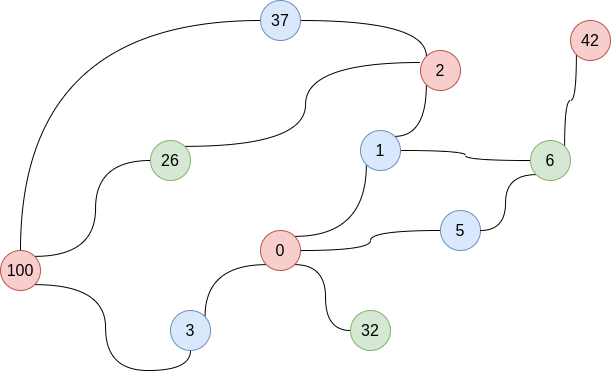
Before: Graph Coloring/data2.png, a diagram exported from draw.io (csgn/Algo). Source tidied: cells renumbered, new cells last; positions are measured from the earlier drawing's top-left corner, leaving out a move shared by most shapes. Its diagram source:
```xml
<mxGraphModel>
  <root>
    <mxCell id="0" />
    <mxCell id="1" parent="0" />
    <mxCell id="2" style="edgeStyle=orthogonalEdgeStyle;curved=1;jettySize=auto;html=1;exitX=0;exitY=1;exitDx=0;exitDy=0;entryX=1;entryY=0;entryDx=0;entryDy=0;endArrow=none;endFill=0;" parent="1" edge="1" source="6" target="11">
      <mxGeometry relative="1" as="geometry" />
    </mxCell>
    <mxCell id="3" style="edgeStyle=orthogonalEdgeStyle;curved=1;jettySize=auto;html=1;exitX=1;exitY=0;exitDx=0;exitDy=0;entryX=0;entryY=1;entryDx=0;entryDy=0;endArrow=none;endFill=0;" parent="1" edge="1" source="6" target="9">
      <mxGeometry relative="1" as="geometry" />
    </mxCell>
    <mxCell id="4" style="edgeStyle=orthogonalEdgeStyle;curved=1;jettySize=auto;html=1;exitX=1;exitY=1;exitDx=0;exitDy=0;entryX=0;entryY=0.5;entryDx=0;entryDy=0;endArrow=none;endFill=0;" parent="1" edge="1" source="6" target="18">
      <mxGeometry relative="1" as="geometry" />
    </mxCell>
    <mxCell id="5" style="edgeStyle=orthogonalEdgeStyle;curved=1;jettySize=auto;html=1;exitX=1;exitY=0.5;exitDx=0;exitDy=0;entryX=0;entryY=0.5;entryDx=0;entryDy=0;endArrow=none;endFill=0;" parent="1" edge="1" source="6" target="12">
      <mxGeometry relative="1" as="geometry" />
    </mxCell>
    <mxCell id="6" value="&lt;font style=&quot;font-size: 16px&quot;&gt;0&lt;/font&gt;" style="ellipse;whiteSpace=wrap;html=1;fillColor=#f8cecc;strokeColor=#b85450;" parent="1" vertex="1">
      <mxGeometry x="260" y="230" width="40" height="40" as="geometry" />
    </mxCell>
    <mxCell id="7" style="edgeStyle=orthogonalEdgeStyle;curved=1;jettySize=auto;html=1;exitX=1;exitY=0;exitDx=0;exitDy=0;entryX=0;entryY=1;entryDx=0;entryDy=0;endArrow=none;endFill=0;" parent="1" edge="1" source="9" target="10">
      <mxGeometry relative="1" as="geometry" />
    </mxCell>
    <mxCell id="8" style="edgeStyle=orthogonalEdgeStyle;curved=1;jettySize=auto;html=1;exitX=1;exitY=0.5;exitDx=0;exitDy=0;entryX=0;entryY=0.5;entryDx=0;entryDy=0;endArrow=none;endFill=0;" parent="1" edge="1" source="9" target="15">
      <mxGeometry relative="1" as="geometry" />
    </mxCell>
    <mxCell id="9" value="&lt;font style=&quot;font-size: 16px&quot;&gt;1&lt;/font&gt;" style="ellipse;whiteSpace=wrap;html=1;fillColor=#dae8fc;strokeColor=#6c8ebf;" parent="1" vertex="1">
      <mxGeometry x="360" y="130" width="40" height="40" as="geometry" />
    </mxCell>
    <mxCell id="10" value="&lt;font style=&quot;font-size: 16px&quot;&gt;2&lt;/font&gt;" style="ellipse;whiteSpace=wrap;html=1;fillColor=#f8cecc;strokeColor=#b85450;" parent="1" vertex="1">
      <mxGeometry x="420" y="50" width="40" height="40" as="geometry" />
    </mxCell>
    <mxCell id="11" value="&lt;font style=&quot;font-size: 16px&quot;&gt;3&lt;/font&gt;" style="ellipse;whiteSpace=wrap;html=1;fillColor=#dae8fc;strokeColor=#6c8ebf;" parent="1" vertex="1">
      <mxGeometry x="170" y="310" width="40" height="40" as="geometry" />
    </mxCell>
    <mxCell id="12" value="&lt;font style=&quot;font-size: 16px&quot;&gt;5&lt;/font&gt;" style="ellipse;whiteSpace=wrap;html=1;fillColor=#dae8fc;strokeColor=#6c8ebf;" parent="1" vertex="1">
      <mxGeometry x="440" y="210" width="40" height="40" as="geometry" />
    </mxCell>
    <mxCell id="13" style="edgeStyle=orthogonalEdgeStyle;curved=1;jettySize=auto;html=1;exitX=1;exitY=0;exitDx=0;exitDy=0;entryX=0;entryY=1;entryDx=0;entryDy=0;endArrow=none;endFill=0;" parent="1" edge="1" source="15" target="22">
      <mxGeometry relative="1" as="geometry" />
    </mxCell>
    <mxCell id="14" style="edgeStyle=orthogonalEdgeStyle;curved=1;jettySize=auto;html=1;exitX=0;exitY=1;exitDx=0;exitDy=0;entryX=1;entryY=0.5;entryDx=0;entryDy=0;endArrow=none;endFill=0;" parent="1" edge="1" source="15" target="12">
      <mxGeometry relative="1" as="geometry" />
    </mxCell>
    <mxCell id="15" value="&lt;font style=&quot;font-size: 16px&quot;&gt;6&lt;/font&gt;" style="ellipse;whiteSpace=wrap;html=1;fillColor=#d5e8d4;strokeColor=#82b366;" parent="1" vertex="1">
      <mxGeometry x="530" y="140" width="40" height="40" as="geometry" />
    </mxCell>
    <mxCell id="16" style="edgeStyle=orthogonalEdgeStyle;curved=1;jettySize=auto;html=1;exitX=1;exitY=0;exitDx=0;exitDy=0;entryX=0;entryY=0.3;entryDx=0;entryDy=0;entryPerimeter=0;endArrow=none;endFill=0;" parent="1" edge="1" source="17" target="10">
      <mxGeometry relative="1" as="geometry" />
    </mxCell>
    <mxCell id="17" value="&lt;font style=&quot;font-size: 16px&quot;&gt;26&lt;/font&gt;" style="ellipse;whiteSpace=wrap;html=1;fillColor=#d5e8d4;strokeColor=#82b366;" parent="1" vertex="1">
      <mxGeometry x="150" y="140" width="40" height="40" as="geometry" />
    </mxCell>
    <mxCell id="18" value="&lt;font style=&quot;font-size: 16px&quot;&gt;32&lt;/font&gt;" style="ellipse;whiteSpace=wrap;html=1;fillColor=#d5e8d4;strokeColor=#82b366;" parent="1" vertex="1">
      <mxGeometry x="350" y="310" width="40" height="40" as="geometry" />
    </mxCell>
    <mxCell id="19" style="edgeStyle=orthogonalEdgeStyle;curved=1;jettySize=auto;html=1;exitX=0;exitY=0.5;exitDx=0;exitDy=0;entryX=0.5;entryY=0;entryDx=0;entryDy=0;endArrow=none;endFill=0;" parent="1" edge="1" source="21" target="25">
      <mxGeometry relative="1" as="geometry" />
    </mxCell>
    <mxCell id="20" style="edgeStyle=orthogonalEdgeStyle;curved=1;jettySize=auto;html=1;exitX=1;exitY=0.5;exitDx=0;exitDy=0;entryX=0;entryY=0;entryDx=0;entryDy=0;endArrow=none;endFill=0;" parent="1" edge="1" source="21" target="10">
      <mxGeometry relative="1" as="geometry" />
    </mxCell>
    <mxCell id="21" value="&lt;font style=&quot;font-size: 16px&quot;&gt;37&lt;/font&gt;" style="ellipse;whiteSpace=wrap;html=1;fillColor=#dae8fc;strokeColor=#6c8ebf;" parent="1" vertex="1">
      <mxGeometry x="260" width="40" height="40" as="geometry" />
    </mxCell>
    <mxCell id="22" value="&lt;font style=&quot;font-size: 16px&quot;&gt;42&lt;/font&gt;" style="ellipse;whiteSpace=wrap;html=1;fillColor=#f8cecc;strokeColor=#b85450;" parent="1" vertex="1">
      <mxGeometry x="570" y="20" width="40" height="40" as="geometry" />
    </mxCell>
    <mxCell id="23" style="edgeStyle=orthogonalEdgeStyle;curved=1;jettySize=auto;html=1;exitX=1;exitY=1;exitDx=0;exitDy=0;entryX=0.5;entryY=1;entryDx=0;entryDy=0;endArrow=none;endFill=0;" parent="1" edge="1" source="25" target="11">
      <mxGeometry relative="1" as="geometry" />
    </mxCell>
    <mxCell id="24" style="edgeStyle=orthogonalEdgeStyle;curved=1;jettySize=auto;html=1;exitX=1;exitY=0;exitDx=0;exitDy=0;entryX=0;entryY=0.5;entryDx=0;entryDy=0;endArrow=none;endFill=0;" parent="1" edge="1" source="25" target="17">
      <mxGeometry relative="1" as="geometry" />
    </mxCell>
    <mxCell id="25" value="&lt;font style=&quot;font-size: 16px&quot;&gt;100&lt;/font&gt;" style="ellipse;whiteSpace=wrap;html=1;fillColor=#f8cecc;strokeColor=#b85450;" parent="1" vertex="1">
      <mxGeometry y="250" width="40" height="40" as="geometry" />
    </mxCell>
  </root>
</mxGraphModel>
```
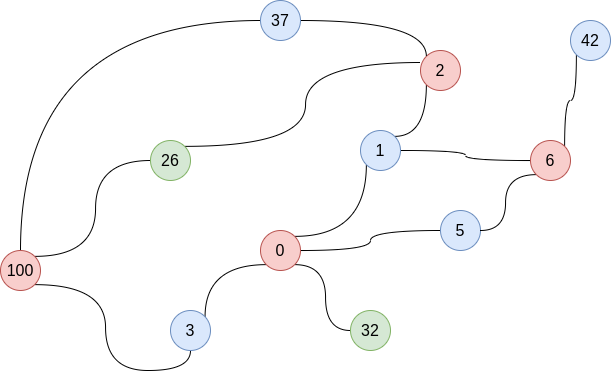
Later version of the same file.

What changed in the source:
```diff
@@ -41,7 +41,7 @@
     <mxCell id="14" style="edgeStyle=orthogonalEdgeStyle;curved=1;jettySize=auto;html=1;exitX=0;exitY=1;exitDx=0;exitDy=0;entryX=1;entryY=0.5;entryDx=0;entryDy=0;endArrow=none;endFill=0;" parent="1" edge="1" source="15" target="12">
       <mxGeometry relative="1" as="geometry" />
     </mxCell>
-    <mxCell id="15" value="&lt;font style=&quot;font-size: 16px&quot;&gt;6&lt;/font&gt;" style="ellipse;whiteSpace=wrap;html=1;fillColor=#d5e8d4;strokeColor=#82b366;" parent="1" vertex="1">
+    <mxCell id="15" value="&lt;font style=&quot;font-size: 16px&quot;&gt;6&lt;/font&gt;" style="ellipse;whiteSpace=wrap;html=1;fillColor=#f8cecc;strokeColor=#b85450;" parent="1" vertex="1">
       <mxGeometry x="530" y="140" width="40" height="40" as="geometry" />
     </mxCell>
     <mxCell id="16" style="edgeStyle=orthogonalEdgeStyle;curved=1;jettySize=auto;html=1;exitX=1;exitY=0;exitDx=0;exitDy=0;entryX=0;entryY=0.3;entryDx=0;entryDy=0;entryPerimeter=0;endArrow=none;endFill=0;" parent="1" edge="1" source="17" target="10">
@@ -62,7 +62,7 @@
     <mxCell id="21" value="&lt;font style=&quot;font-size: 16px&quot;&gt;37&lt;/font&gt;" style="ellipse;whiteSpace=wrap;html=1;fillColor=#dae8fc;strokeColor=#6c8ebf;" parent="1" vertex="1">
       <mxGeometry x="260" width="40" height="40" as="geometry" />
     </mxCell>
-    <mxCell id="22" value="&lt;font style=&quot;font-size: 16px&quot;&gt;42&lt;/font&gt;" style="ellipse;whiteSpace=wrap;html=1;fillColor=#f8cecc;strokeColor=#b85450;" parent="1" vertex="1">
+    <mxCell id="22" value="&lt;font style=&quot;font-size: 16px&quot;&gt;42&lt;/font&gt;" style="ellipse;whiteSpace=wrap;html=1;fillColor=#dae8fc;strokeColor=#6c8ebf;" parent="1" vertex="1">
       <mxGeometry x="570" y="20" width="40" height="40" as="geometry" />
     </mxCell>
     <mxCell id="23" style="edgeStyle=orthogonalEdgeStyle;curved=1;jettySize=auto;html=1;exitX=1;exitY=1;exitDx=0;exitDy=0;entryX=0.5;entryY=1;entryDx=0;entryDy=0;endArrow=none;endFill=0;" parent="1" edge="1" source="25" target="11">
```
